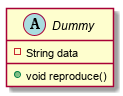
Earlier version of the PlantUML export documents/sd/resources/class/DummyNamespace/DummyProject/dummy.png (insightmind/MORR).
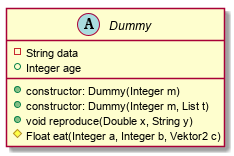
Above is the later version.

Commit message:
Add macros for return value and parameters, Make format better, Introduce a new example

What changed in the source:
```diff
@@ -1,6 +1,11 @@
 @startuml
 abstract class Dummy {
   -String data
-  +void reproduce()
+  +Integer age
+  +constructor: Dummy(Integer m)
+  +constructor: Dummy(Integer m, List t)
+  +void reproduce(Double x, String y)
+  #Float eat(Integer a, Integer b, Vektor2 c)
+
 }
 @enduml
```
